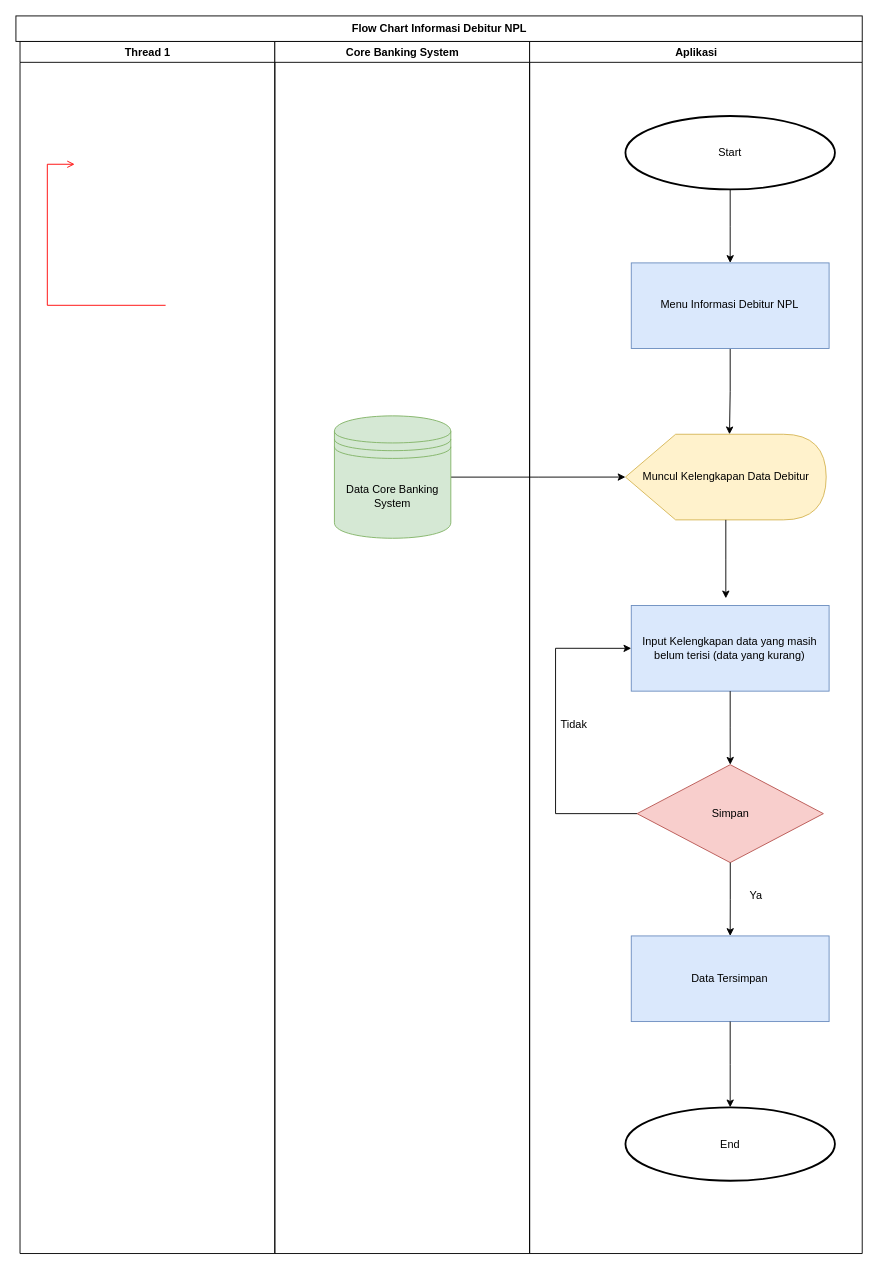
The draw.io diagram Untitled Diagram.drawio in CharismaJuniK/File, before the edit. Source tidied: cells renumbered, new cells numbered last; positions are measured from the earlier drawing's top-left corner, leaving out a move shared by most shapes. Both pictures are drawn from the tidied source at 91%, with x=0, y=0 at pixel (15, 15).
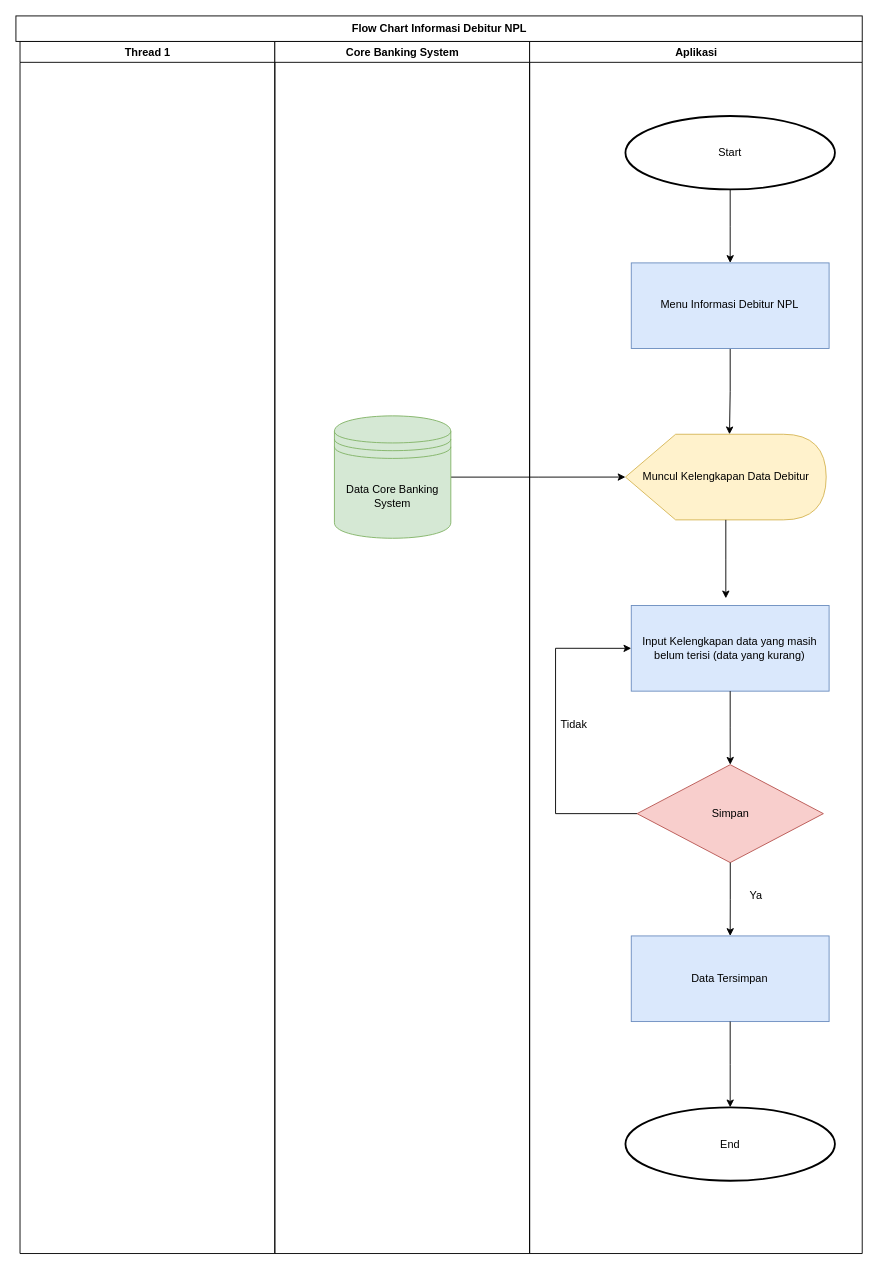
After the change.

Commit message (it also covers changes not shown here):
Flow Chart NPL.drawio

The change refers to these unchanged cells:
```xml
<mxCell id="2" value="Thread 1" style="swimlane;whiteSpace=wrap;" parent="1" vertex="1">
  <mxGeometry x="4.5" y="28" width="280" height="1332" as="geometry" />
</mxCell>
```

Change to the diagram source:
```diff
@@
-    <mxCell id="3" style="edgeStyle=elbowEdgeStyle;elbow=horizontal;strokeColor=#FF0000;endArrow=open;endFill=1;rounded=0;" parent="2" edge="1">
-      <mxGeometry relative="1" as="geometry">
-        <mxPoint x="160" y="290" as="sourcePoint" />
-        <mxPoint x="60" y="135" as="targetPoint" />
-        <Array as="points">
-          <mxPoint x="30" y="250" />
-        </Array>
-      </mxGeometry>
-    </mxCell>
```
